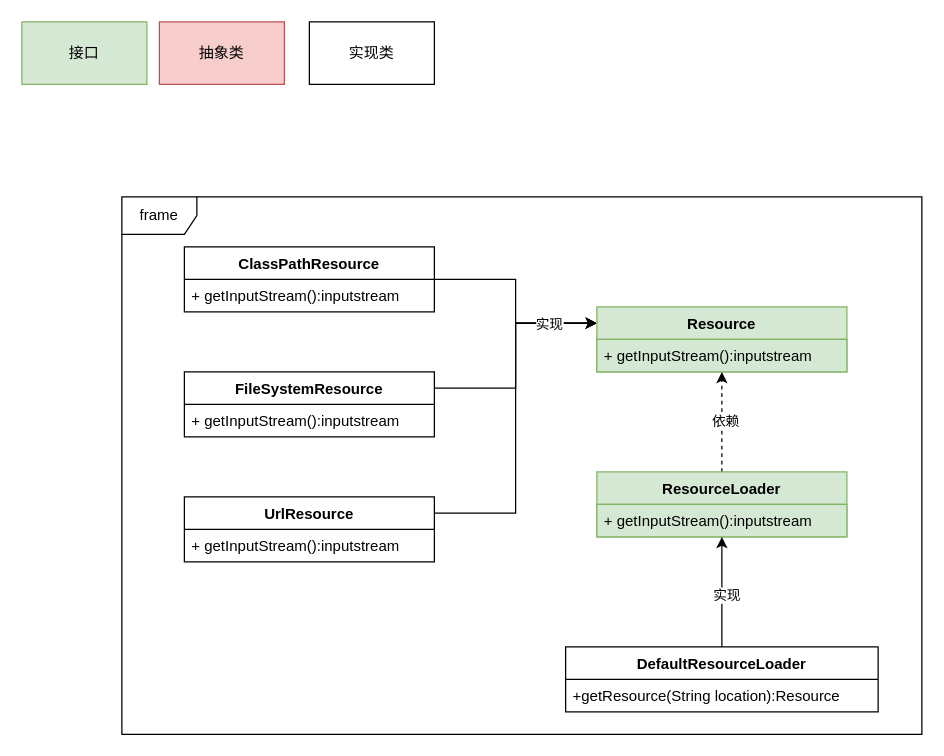
Before: small-spring.drawio in chengwuchao9527/draw.io, a draw.io diagram. Source tidied: cells renumbered, new cells numbered last; positions are measured from the earlier drawing's top-left corner, leaving out a move shared by most shapes. Both pictures are drawn from the tidied source at 125%, with x=0, y=0 at pixel (21, 21).
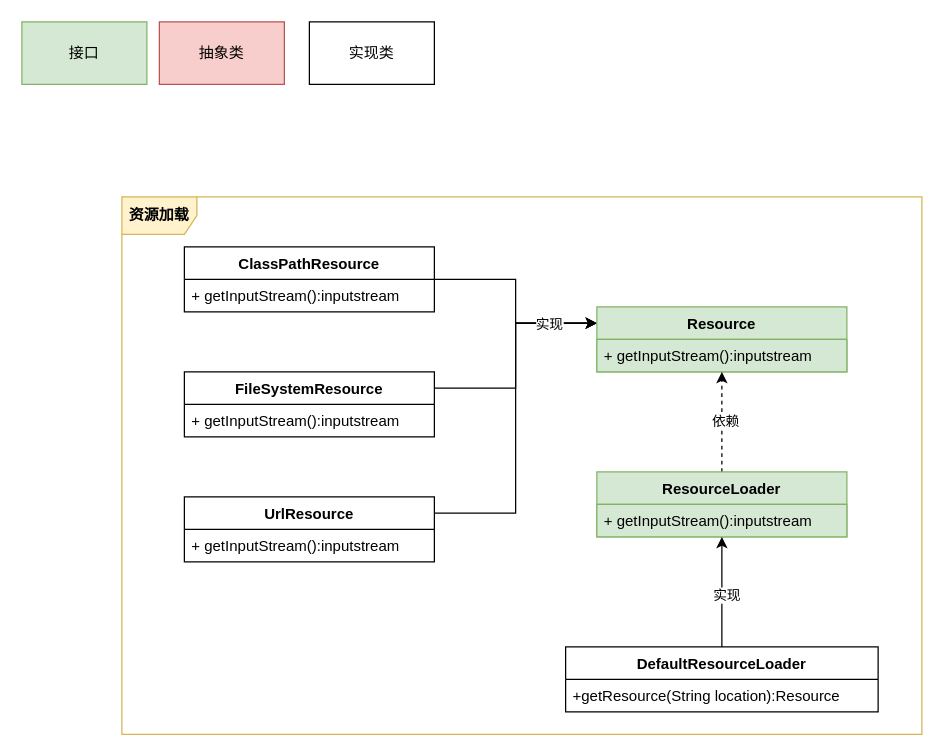
The same page after the edit.

What changed in the source:
```diff
@@
-    <mxCell id="25" value="frame" style="shape=umlFrame;whiteSpace=wrap;html=1;" parent="1" vertex="1">
+    <mxCell id="25" value="资源加载" style="shape=umlFrame;whiteSpace=wrap;html=1;labelBackgroundColor=none;fontFamily=Verdana;fontStyle=1;fillColor=#fff2cc;strokeColor=#d6b656;" parent="1" vertex="1">
       <mxGeometry x="80" y="140" width="640" height="430" as="geometry" />
     </mxCell>
```
